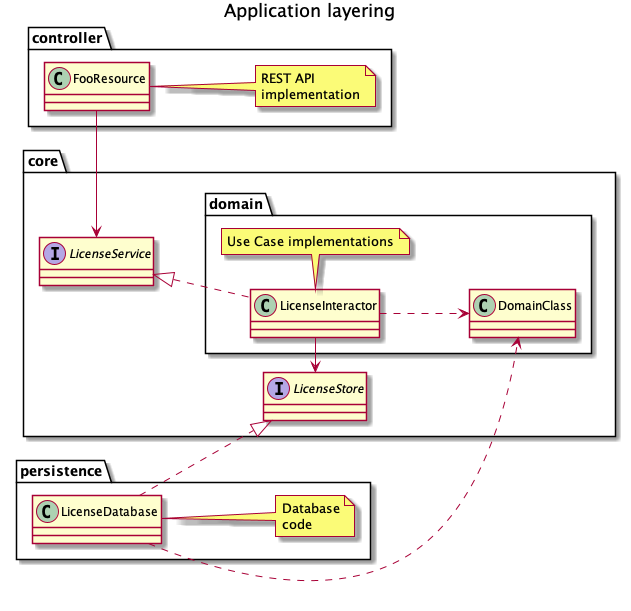
Above: docs/layers.png in philips-software/license-scanner (PlantUML), before the change. Its diagram source:
```plantuml
@startuml

title
    Application layering
end title

left to right direction

package controller {
    class FooResource
    note right
        REST API
        implementation
    end note
}

package core {
    interface LicenseService
    FooResource -l-> LicenseService

    package domain {
        class LicenseInteractor
        note bottom
            Use Case implementations
        end note
        LicenseService <|.. LicenseInteractor

        class DomainClass
        LicenseInteractor ..> DomainClass
    }

    interface LicenseStore
    LicenseInteractor -> LicenseStore
}

package persistence {
    class LicenseDatabase
    note right
        Database
        code
    end note
    LicenseStore <|.u. LicenseDatabase
    LicenseDatabase ..> DomainClass
}

@enduml
```
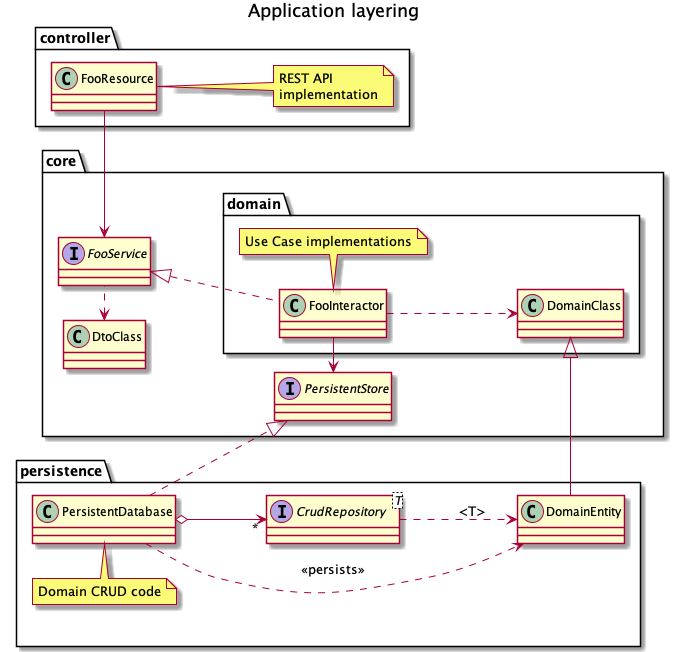
After the change.

Commit message:
Update architecture document

What changed in the source:
```diff
@@ -15,32 +15,41 @@
 }
 
 package core {
-    interface LicenseService
-    FooResource -l-> LicenseService
+    class DtoClass
+
+    interface FooService
+    FooResource -l-> FooService
+    FooService .l.> DtoClass
 
     package domain {
-        class LicenseInteractor
+        class FooInteractor
         note bottom
             Use Case implementations
         end note
-        LicenseService <|.. LicenseInteractor
+        FooService <|.. FooInteractor
 
         class DomainClass
-        LicenseInteractor ..> DomainClass
+        FooInteractor ..> DomainClass
     }
 
-    interface LicenseStore
-    LicenseInteractor -> LicenseStore
+    interface PersistentStore
+    FooInteractor -> PersistentStore
 }
 
 package persistence {
-    class LicenseDatabase
-    note right
-        Database
-        code
+    class DomainEntity
+    DomainEntity -|> DomainClass
+
+    interface CrudRepository<T>
+    CrudRepository .d.> DomainEntity:<T>
+
+    class PersistentDatabase
+    note top
+        Domain CRUD code
     end note
-    LicenseStore <|.u. LicenseDatabase
-    LicenseDatabase ..> DomainClass
+    PersistentStore <|.u. PersistentDatabase
+    PersistentDatabase ..> DomainEntity:<<persists>>
+    PersistentDatabase o-d-> "*" CrudRepository
 }
 
 @enduml
```
